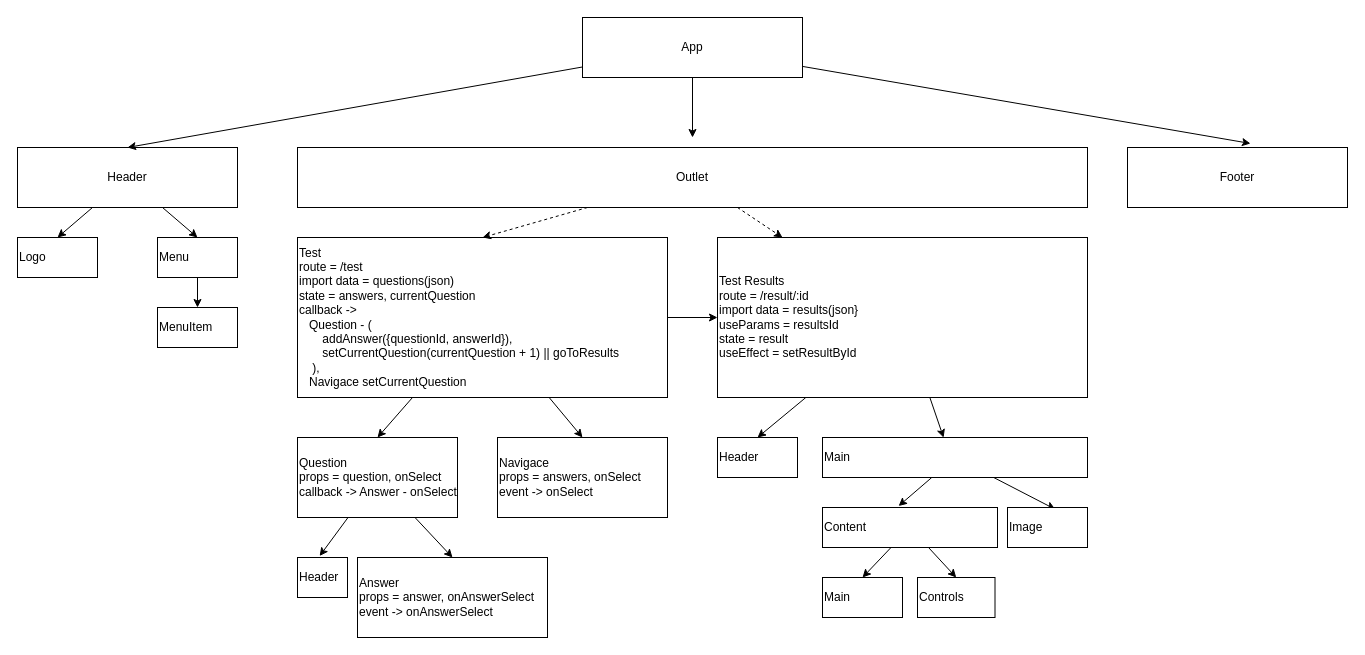
Above: src/assets/slunecni-pruvodce.dio in Chunastasya/projekt-slunecniPruvodce (draw.io), before the change. Source tidied: cells renumbered, new cells numbered last; positions are measured from the earlier drawing's top-left corner, leaving out a move shared by most shapes. Both pictures are drawn from the tidied source at 100%, with x=0, y=0 at pixel (17, 17).
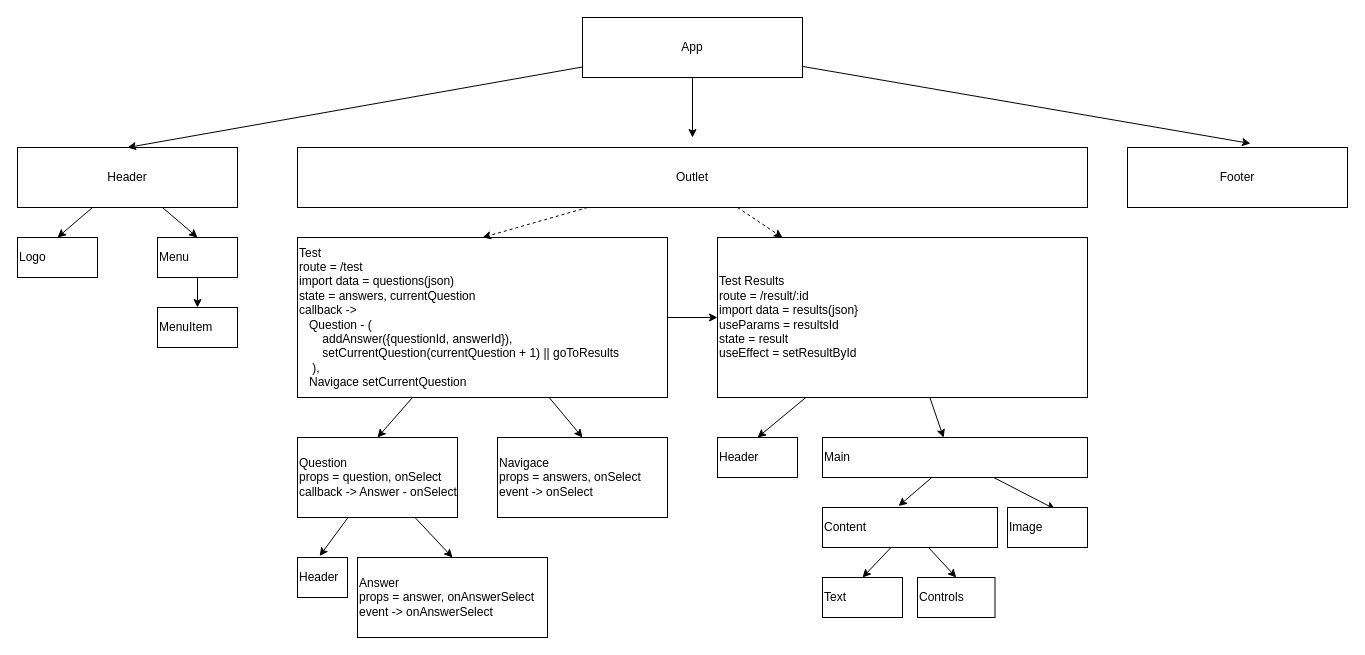
The same diagram, later.

The edit, as a diff of the source:
```diff
@@
-    <mxCell id="23" value="Main" style="rounded=0;whiteSpace=wrap;html=1;align=left;" parent="1" vertex="1">
+    <mxCell id="23" value="Text" style="rounded=0;whiteSpace=wrap;html=1;align=left;" parent="1" vertex="1">
       <mxGeometry x="805" y="560" width="80" height="40" as="geometry" />
     </mxCell>
```
